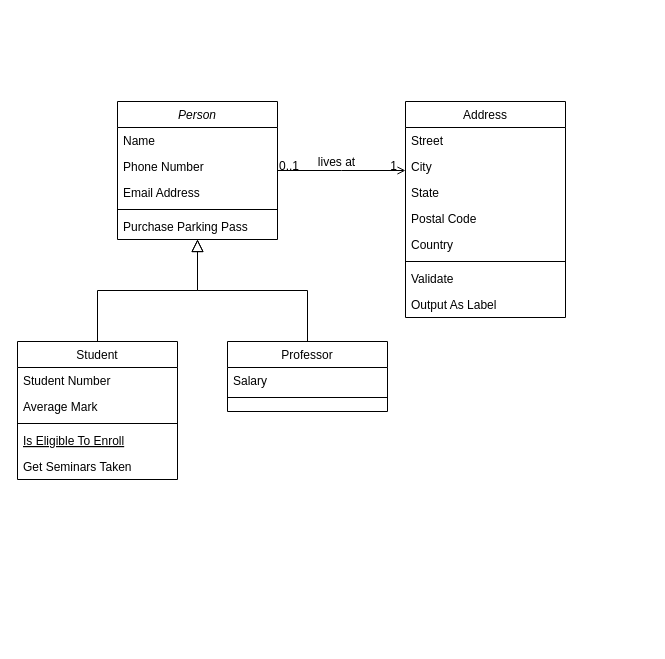
The draw.io diagram Untitled Diagram.drawio in zeggriim2/Symlol, before the edit. Source tidied: cells renumbered, new cells numbered last; positions are measured from the earlier drawing's top-left corner, leaving out a move shared by most shapes. Both pictures are drawn from the tidied source at 100%, with x=0, y=0 at pixel (17, 101).
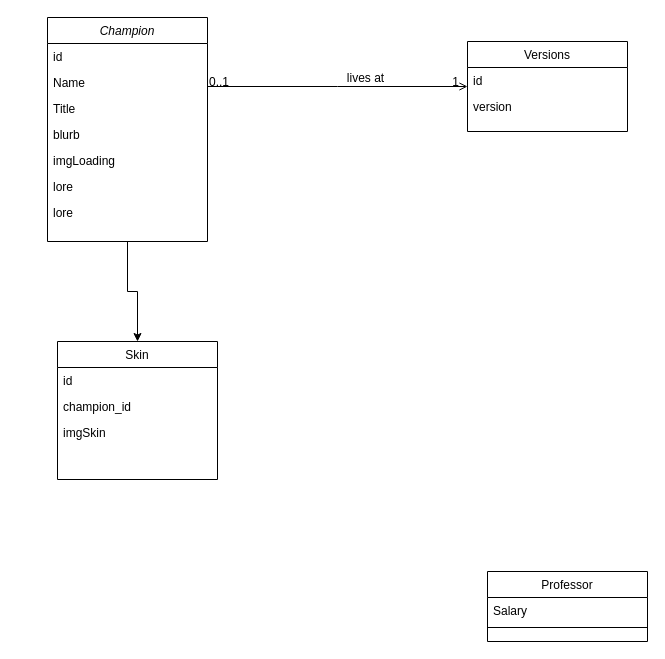
After the change.

Diff of the diagram source:
```diff
@@
+    <mxCell id="32" style="edgeStyle=orthogonalEdgeStyle;rounded=0;jettySize=auto;html=1;" parent="1" edge="1" source="2" target="8">
+      <mxGeometry relative="1" as="geometry" />
+    </mxCell>
-    <mxCell id="2" value="Person" style="swimlane;fontStyle=2;align=center;verticalAlign=top;horizontal=1;startSize=26;rounded=0;shadow=0;strokeWidth=1;" parent="1" vertex="1">
-      <mxGeometry x="100" width="160" height="138" as="geometry" />
+    <mxCell id="2" value="Champion&#10;" style="swimlane;fontStyle=2;align=center;verticalAlign=top;horizontal=1;startSize=26;rounded=0;shadow=0;strokeWidth=1;" parent="1" vertex="1">
+      <mxGeometry x="30" y="-84" width="160" height="224" as="geometry" />
     </mxCell>
-    <mxCell id="3" value="Name" style="text;align=left;verticalAlign=top;spacingLeft=4;spacingRight=4;overflow=hidden;" parent="2" vertex="1">
+    <mxCell id="3" value="id&#10;" style="text;align=left;verticalAlign=top;spacingLeft=4;spacingRight=4;overflow=hidden;" parent="2" vertex="1">
       <mxGeometry y="26" width="160" height="26" as="geometry" />
     </mxCell>
-    <mxCell id="4" value="Phone Number" style="text;align=left;verticalAlign=top;spacingLeft=4;spacingRight=4;overflow=hidden;rounded=0;shadow=0;html=0;" parent="2" vertex="1">
+    <mxCell id="4" value="Name" style="text;align=left;verticalAlign=top;spacingLeft=4;spacingRight=4;overflow=hidden;rounded=0;shadow=0;html=0;" parent="2" vertex="1">
       <mxGeometry y="52" width="160" height="26" as="geometry" />
     </mxCell>
-    <mxCell id="5" value="Email Address" style="text;align=left;verticalAlign=top;spacingLeft=4;spacingRight=4;overflow=hidden;rounded=0;shadow=0;html=0;" parent="2" vertex="1">
+    <mxCell id="5" value="Title" style="text;align=left;verticalAlign=top;spacingLeft=4;spacingRight=4;overflow=hidden;rounded=0;shadow=0;html=0;" parent="2" vertex="1">
       <mxGeometry y="78" width="160" height="26" as="geometry" />
     </mxCell>
-    <mxCell id="6" style="line;html=1;strokeWidth=1;align=left;verticalAlign=middle;spacingTop=-1;spacingLeft=3;spacingRight=3;labelPosition=right;" parent="2" vertex="1">
-      <mxGeometry y="104" width="160" height="8" as="geometry" />
-    </mxCell>
-    <mxCell id="7" value="Purchase Parking Pass" style="text;align=left;verticalAlign=top;spacingLeft=4;spacingRight=4;overflow=hidden;" parent="2" vertex="1">
-      <mxGeometry y="112" width="160" height="26" as="geometry" />
-    </mxCell>
+    <mxCell id="33" value="blurb" style="text;align=left;verticalAlign=top;spacingLeft=4;spacingRight=4;overflow=hidden;rounded=0;shadow=0;html=0;" parent="2" vertex="1">
+      <mxGeometry y="104" width="160" height="26" as="geometry" />
+    </mxCell>
+    <mxCell id="34" value="imgLoading" style="text;align=left;verticalAlign=top;spacingLeft=4;spacingRight=4;overflow=hidden;rounded=0;shadow=0;html=0;" parent="2" vertex="1">
+      <mxGeometry y="130" width="160" height="26" as="geometry" />
+    </mxCell>
+    <mxCell id="35" value="lore" style="text;align=left;verticalAlign=top;spacingLeft=4;spacingRight=4;overflow=hidden;rounded=0;shadow=0;html=0;" parent="2" vertex="1">
+      <mxGeometry y="156" width="160" height="26" as="geometry" />
+    </mxCell>
+    <mxCell id="36" value="lore" style="text;align=left;verticalAlign=top;spacingLeft=4;spacingRight=4;overflow=hidden;rounded=0;shadow=0;html=0;" parent="2" vertex="1">
+      <mxGeometry y="182" width="160" height="26" as="geometry" />
+    </mxCell>
-    <mxCell id="8" value="Student" style="swimlane;fontStyle=0;align=center;verticalAlign=top;horizontal=1;startSize=26;rounded=0;shadow=0;strokeWidth=1;" parent="1" vertex="1">
-      <mxGeometry y="240" width="160" height="138" as="geometry" />
+    <mxCell id="8" value="Skin" style="swimlane;fontStyle=0;align=center;verticalAlign=top;horizontal=1;startSize=26;rounded=0;shadow=0;strokeWidth=1;" parent="1" vertex="1">
+      <mxGeometry x="40" y="240" width="160" height="138" as="geometry" />
     </mxCell>
-    <mxCell id="9" value="Student Number" style="text;align=left;verticalAlign=top;spacingLeft=4;spacingRight=4;overflow=hidden;" parent="8" vertex="1">
+    <mxCell id="9" value="id" style="text;align=left;verticalAlign=top;spacingLeft=4;spacingRight=4;overflow=hidden;" parent="8" vertex="1">
       <mxGeometry y="26" width="160" height="26" as="geometry" />
     </mxCell>
-    <mxCell id="10" value="Average Mark" style="text;align=left;verticalAlign=top;spacingLeft=4;spacingRight=4;overflow=hidden;rounded=0;shadow=0;html=0;" parent="8" vertex="1">
+    <mxCell id="10" value="champion_id" style="text;align=left;verticalAlign=top;spacingLeft=4;spacingRight=4;overflow=hidden;rounded=0;shadow=0;html=0;" parent="8" vertex="1">
       <mxGeometry y="52" width="160" height="26" as="geometry" />
     </mxCell>
-    <mxCell id="11" style="line;html=1;strokeWidth=1;align=left;verticalAlign=middle;spacingTop=-1;spacingLeft=3;spacingRight=3;labelPosition=right;" parent="8" vertex="1">
-      <mxGeometry y="78" width="160" height="8" as="geometry" />
-    </mxCell>
-    <mxCell id="12" value="Is Eligible To Enroll" style="text;align=left;verticalAlign=top;spacingLeft=4;spacingRight=4;overflow=hidden;fontStyle=4;" parent="8" vertex="1">
-      <mxGeometry y="86" width="160" height="26" as="geometry" />
-    </mxCell>
-    <mxCell id="13" value="Get Seminars Taken" style="text;align=left;verticalAlign=top;spacingLeft=4;spacingRight=4;overflow=hidden;" parent="8" vertex="1">
-      <mxGeometry y="112" width="160" height="26" as="geometry" />
-    </mxCell>
-    <mxCell id="14" style="endArrow=block;endSize=10;endFill=0;shadow=0;strokeWidth=1;rounded=0;edgeStyle=elbowEdgeStyle;elbow=vertical;" parent="1" edge="1" source="8" target="2">
-      <mxGeometry relative="1" as="geometry" />
-    </mxCell>
+    <mxCell id="37" value="imgSkin" style="text;align=left;verticalAlign=top;spacingLeft=4;spacingRight=4;overflow=hidden;rounded=0;shadow=0;html=0;" parent="8" vertex="1">
+      <mxGeometry y="78" width="160" height="26" as="geometry" />
+    </mxCell>
     <mxCell id="15" value="Professor" style="swimlane;fontStyle=0;align=center;verticalAlign=top;horizontal=1;startSize=26;rounded=0;shadow=0;strokeWidth=1;" parent="1" vertex="1">
-      <mxGeometry x="210" y="240" width="160" height="70" as="geometry" />
+      <mxGeometry x="470" y="470" width="160" height="70" as="geometry" />
     </mxCell>
@@
-    <mxCell id="18" style="endArrow=block;endSize=10;endFill=0;shadow=0;strokeWidth=1;rounded=0;edgeStyle=elbowEdgeStyle;elbow=vertical;" parent="1" edge="1" source="15" target="2">
-      <mxGeometry relative="1" as="geometry" />
-    </mxCell>
-    <mxCell id="19" value="Address" style="swimlane;fontStyle=0;align=center;verticalAlign=top;horizontal=1;startSize=26;rounded=0;shadow=0;strokeWidth=1;" parent="1" vertex="1">
-      <mxGeometry x="388" width="160" height="216" as="geometry" />
+    <mxCell id="19" value="Versions&#10;" style="swimlane;fontStyle=0;align=center;verticalAlign=top;horizontal=1;startSize=26;rounded=0;shadow=0;strokeWidth=1;" parent="1" vertex="1">
+      <mxGeometry x="450" y="-60" width="160" height="90" as="geometry" />
     </mxCell>
-    <mxCell id="20" value="Street" style="text;align=left;verticalAlign=top;spacingLeft=4;spacingRight=4;overflow=hidden;" parent="19" vertex="1">
+    <mxCell id="20" value="id&#10;" style="text;align=left;verticalAlign=top;spacingLeft=4;spacingRight=4;overflow=hidden;" parent="19" vertex="1">
       <mxGeometry y="26" width="160" height="26" as="geometry" />
     </mxCell>
-    <mxCell id="21" value="City" style="text;align=left;verticalAlign=top;spacingLeft=4;spacingRight=4;overflow=hidden;rounded=0;shadow=0;html=0;" parent="19" vertex="1">
+    <mxCell id="21" value="version" style="text;align=left;verticalAlign=top;spacingLeft=4;spacingRight=4;overflow=hidden;rounded=0;shadow=0;html=0;" parent="19" vertex="1">
       <mxGeometry y="52" width="160" height="26" as="geometry" />
     </mxCell>
-    <mxCell id="22" value="State" style="text;align=left;verticalAlign=top;spacingLeft=4;spacingRight=4;overflow=hidden;rounded=0;shadow=0;html=0;" parent="19" vertex="1">
-      <mxGeometry y="78" width="160" height="26" as="geometry" />
-    </mxCell>
-    <mxCell id="23" value="Postal Code" style="text;align=left;verticalAlign=top;spacingLeft=4;spacingRight=4;overflow=hidden;rounded=0;shadow=0;html=0;" parent="19" vertex="1">
-      <mxGeometry y="104" width="160" height="26" as="geometry" />
-    </mxCell>
-    <mxCell id="24" value="Country" style="text;align=left;verticalAlign=top;spacingLeft=4;spacingRight=4;overflow=hidden;rounded=0;shadow=0;html=0;" parent="19" vertex="1">
-      <mxGeometry y="130" width="160" height="26" as="geometry" />
-    </mxCell>
-    <mxCell id="25" style="line;html=1;strokeWidth=1;align=left;verticalAlign=middle;spacingTop=-1;spacingLeft=3;spacingRight=3;labelPosition=right;" parent="19" vertex="1">
-      <mxGeometry y="156" width="160" height="8" as="geometry" />
-    </mxCell>
-    <mxCell id="26" value="Validate" style="text;align=left;verticalAlign=top;spacingLeft=4;spacingRight=4;overflow=hidden;" parent="19" vertex="1">
-      <mxGeometry y="164" width="160" height="26" as="geometry" />
-    </mxCell>
-    <mxCell id="27" value="Output As Label" style="text;align=left;verticalAlign=top;spacingLeft=4;spacingRight=4;overflow=hidden;" parent="19" vertex="1">
-      <mxGeometry y="190" width="160" height="26" as="geometry" />
-    </mxCell>
```
